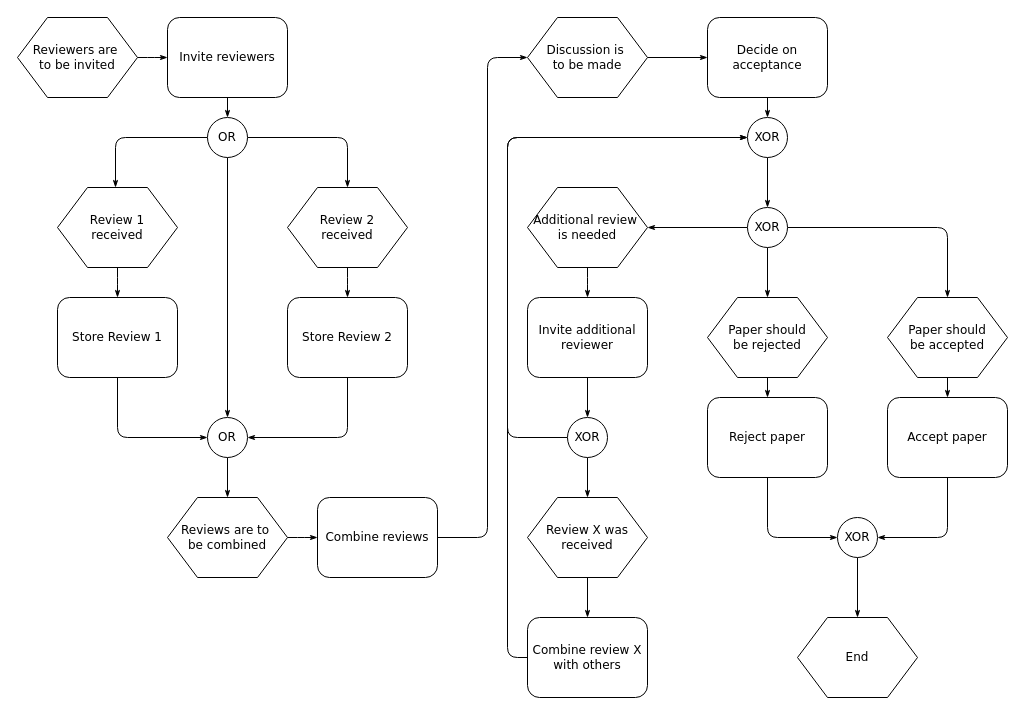
This is page "Page-1" (1 of 2) of chess_fest.drawio from sibusiso90/diagrams, a draw.io file, before an edit. Source tidied: cells renumbered, new cells numbered last; positions are measured from the earlier drawing's top-left corner, leaving out a move shared by most shapes. Both pictures are drawn from the tidied source at 100%, with x=0, y=0 at pixel (17, 17).
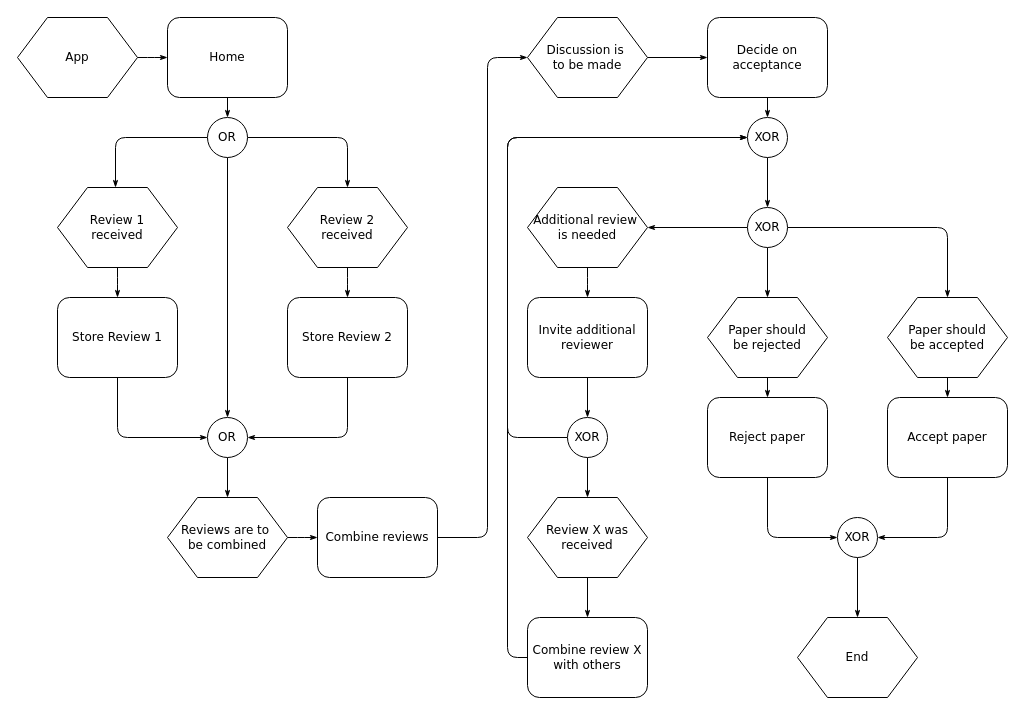
The same diagram, later.

The edit, as a diff of the source:
```diff
@@
-    <mxCell id="3" value="Reviewers are&amp;nbsp;&lt;div&gt;to&amp;nbsp;&lt;span&gt;be invited&lt;/span&gt;&lt;/div&gt;" style="shape=hexagon;perimeter=hexagonPerimeter;whiteSpace=wrap;html=1;rounded=0;shadow=0;labelBackgroundColor=none;strokeWidth=1;fontFamily=Verdana;fontSize=12;align=center;" parent="1" vertex="1">
+    <mxCell id="3" value="App" style="shape=hexagon;perimeter=hexagonPerimeter;whiteSpace=wrap;html=1;rounded=0;shadow=0;labelBackgroundColor=none;strokeWidth=1;fontFamily=Verdana;fontSize=12;align=center;" parent="1" vertex="1">
       <mxGeometry width="120" height="80" as="geometry" />
     </mxCell>
@@
-    <mxCell id="5" value="Invite reviewers" style="rounded=1;whiteSpace=wrap;html=1;shadow=0;labelBackgroundColor=none;strokeWidth=1;fontFamily=Verdana;fontSize=12;align=center;" parent="1" vertex="1">
+    <mxCell id="5" value="Home" style="rounded=1;whiteSpace=wrap;html=1;shadow=0;labelBackgroundColor=none;strokeWidth=1;fontFamily=Verdana;fontSize=12;align=center;" parent="1" vertex="1">
       <mxGeometry x="150" width="120" height="80" as="geometry" />
     </mxCell>
```
